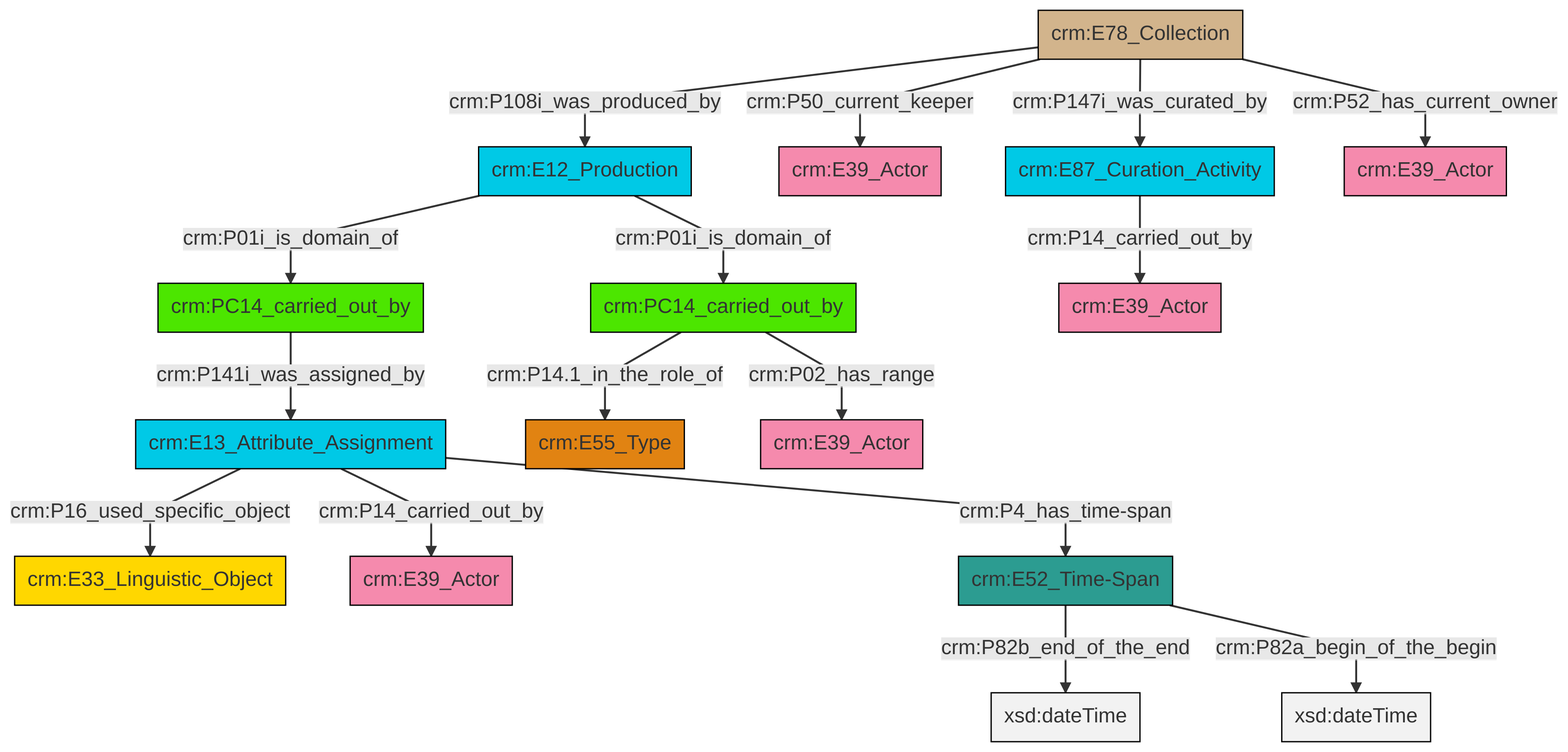
Above: et/archivalCSV/ttl/mmd/png/archival_relation.png in swiss-art-research-net/docs.swissartresearch (Mermaid), before the change. Its source is kept beside it as et/archivalCSV/ttl/mmd/archival_relation.ttl.mmd.
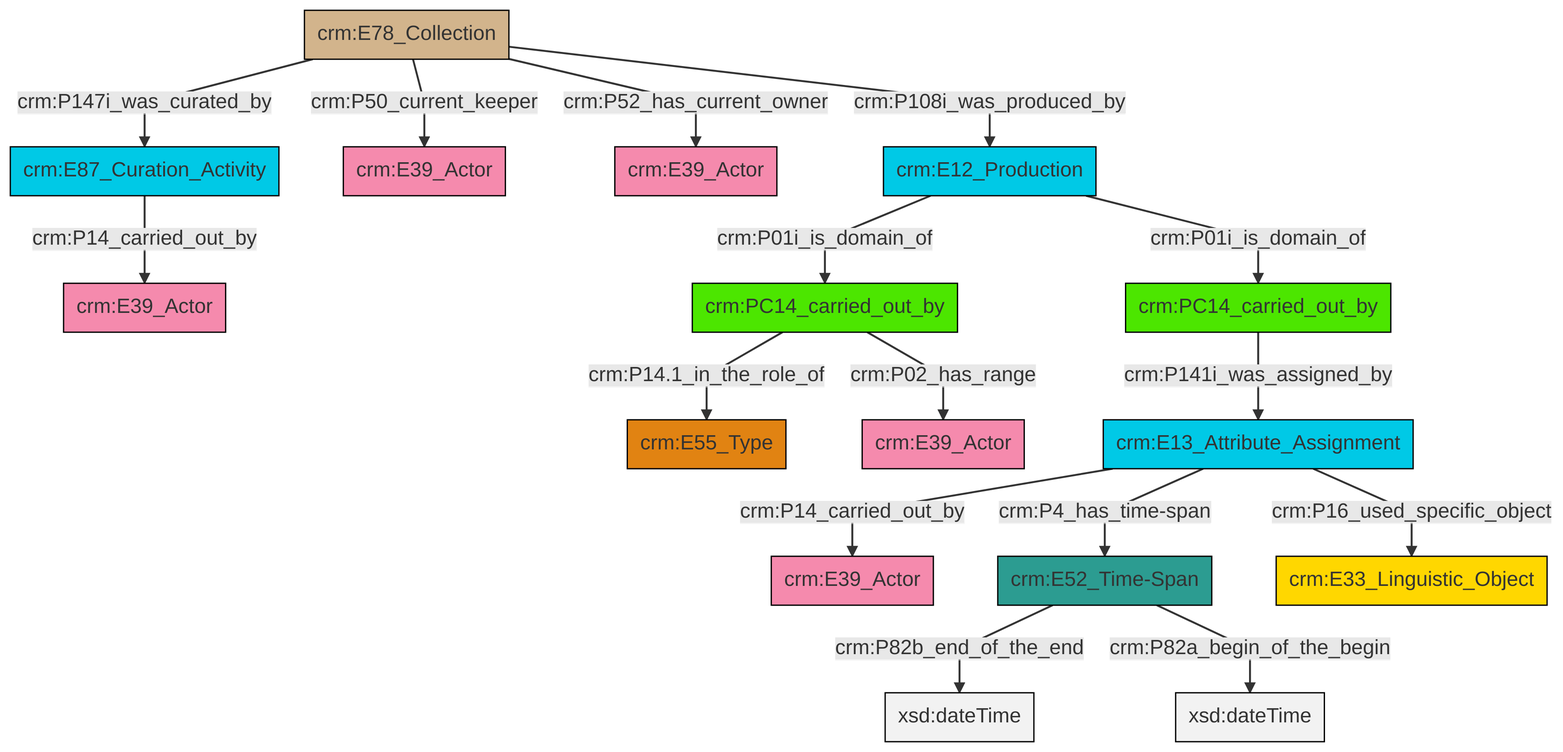
Later version of the same file.

Diff of the diagram source:
```diff
@@ -13,18 +13,18 @@
 classDef PC_Classes fill:#4ce600, stroke:#000000;
 classDef Multi fill:#cccccc,stroke:#000000;
 
-0["crm:PC14_carried_out_by"]:::PC_Classes -->|crm:P141i_was_assigned_by| 1["crm:E13_Attribute_Assignment"]:::Temporal_Entity
-1["crm:E13_Attribute_Assignment"]:::Temporal_Entity -->|crm:P16_used_specific_object| 4["crm:E33_Linguistic_Object"]:::Conceptual_Object
-2["crm:E52_Time-Span"]:::Time-Span -->|crm:P82b_end_of_the_end| 9[xsd:dateTime]:::Literal
-7["crm:E78_Collection"]:::Physical_Thing -->|crm:P108i_was_produced_by| 10["crm:E12_Production"]:::Temporal_Entity
-11["crm:E87_Curation_Activity"]:::Temporal_Entity -->|crm:P14_carried_out_by| 13["crm:E39_Actor"]:::Actor
-10["crm:E12_Production"]:::Temporal_Entity -->|crm:P01i_is_domain_of| 0["crm:PC14_carried_out_by"]:::PC_Classes
-15["crm:PC14_carried_out_by"]:::PC_Classes -->|crm:P14.1_in_the_role_of| 16["crm:E55_Type"]:::Type
-7["crm:E78_Collection"]:::Physical_Thing -->|crm:P50_current_keeper| 18["crm:E39_Actor"]:::Actor
-7["crm:E78_Collection"]:::Physical_Thing -->|crm:P147i_was_curated_by| 11["crm:E87_Curation_Activity"]:::Temporal_Entity
-10["crm:E12_Production"]:::Temporal_Entity -->|crm:P01i_is_domain_of| 15["crm:PC14_carried_out_by"]:::PC_Classes
-7["crm:E78_Collection"]:::Physical_Thing -->|crm:P52_has_current_owner| 21["crm:E39_Actor"]:::Actor
-1["crm:E13_Attribute_Assignment"]:::Temporal_Entity -->|crm:P14_carried_out_by| 24["crm:E39_Actor"]:::Actor
-1["crm:E13_Attribute_Assignment"]:::Temporal_Entity -->|crm:P4_has_time-span| 2["crm:E52_Time-Span"]:::Time-Span
-15["crm:PC14_carried_out_by"]:::PC_Classes -->|crm:P02_has_range| 5["crm:E39_Actor"]:::Actor
-2["crm:E52_Time-Span"]:::Time-Span -->|crm:P82a_begin_of_the_begin| 29[xsd:dateTime]:::Literal
+0["crm:E87_Curation_Activity"]:::Temporal_Entity -->|crm:P14_carried_out_by| 1["crm:E39_Actor"]:::Actor
+3["crm:E78_Collection"]:::Physical_Thing -->|crm:P50_current_keeper| 4["crm:E39_Actor"]:::Actor
+16["crm:E12_Production"]:::Temporal_Entity -->|crm:P01i_is_domain_of| 17["crm:PC14_carried_out_by"]:::PC_Classes
+19["crm:E52_Time-Span"]:::Time-Span -->|crm:P82b_end_of_the_end| 20[xsd:dateTime]:::Literal
+17["crm:PC14_carried_out_by"]:::PC_Classes -->|crm:P02_has_range| 7["crm:E39_Actor"]:::Actor
+21["crm:E13_Attribute_Assignment"]:::Temporal_Entity -->|crm:P4_has_time-span| 19["crm:E52_Time-Span"]:::Time-Span
+19["crm:E52_Time-Span"]:::Time-Span -->|crm:P82a_begin_of_the_begin| 23[xsd:dateTime]:::Literal
+16["crm:E12_Production"]:::Temporal_Entity -->|crm:P01i_is_domain_of| 9["crm:PC14_carried_out_by"]:::PC_Classes
+21["crm:E13_Attribute_Assignment"]:::Temporal_Entity -->|crm:P16_used_specific_object| 24["crm:E33_Linguistic_Object"]:::Conceptual_Object
+3["crm:E78_Collection"]:::Physical_Thing -->|crm:P108i_was_produced_by| 16["crm:E12_Production"]:::Temporal_Entity
+9["crm:PC14_carried_out_by"]:::PC_Classes -->|crm:P141i_was_assigned_by| 21["crm:E13_Attribute_Assignment"]:::Temporal_Entity
+3["crm:E78_Collection"]:::Physical_Thing -->|crm:P52_has_current_owner| 13["crm:E39_Actor"]:::Actor
+3["crm:E78_Collection"]:::Physical_Thing -->|crm:P147i_was_curated_by| 0["crm:E87_Curation_Activity"]:::Temporal_Entity
+17["crm:PC14_carried_out_by"]:::PC_Classes -->|crm:P14.1_in_the_role_of| 5["crm:E55_Type"]:::Type
+21["crm:E13_Attribute_Assignment"]:::Temporal_Entity -->|crm:P14_carried_out_by| 11["crm:E39_Actor"]:::Actor
```
